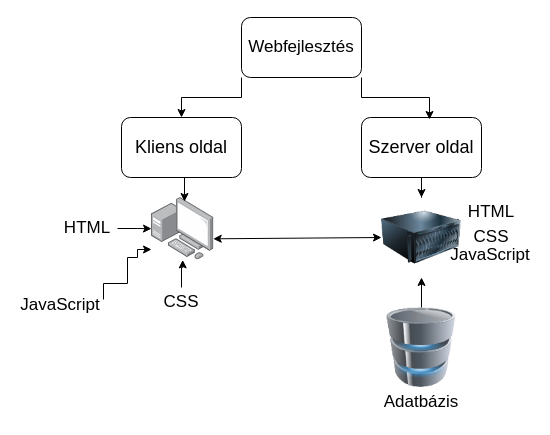
This is web-szakkor-1.drawio from simsononroad/web-szakkor, a draw.io file, before an edit. Source tidied: cells renumbered, new cells numbered last; positions are measured from the earlier drawing's top-left corner, leaving out a move shared by most shapes. Both pictures are drawn from the tidied source at 100%, with x=0, y=0 at pixel (17, 17).
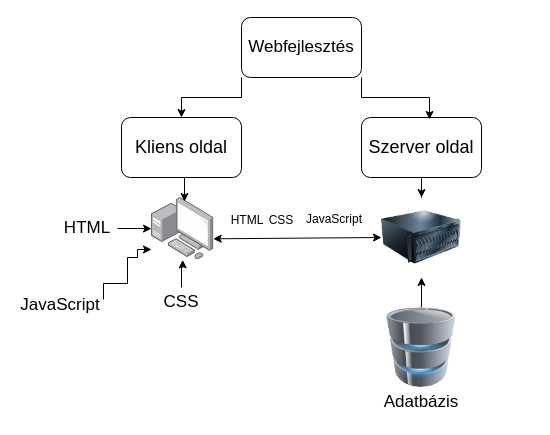
The same page after the edit.

Diff of the diagram source:
```diff
@@
-    <mxCell id="21" value="&lt;font style=&quot;font-size: 17px;&quot;&gt;HTML&lt;/font&gt;" style="text;html=1;align=center;verticalAlign=middle;whiteSpace=wrap;rounded=0;" parent="1" vertex="1">
-      <mxGeometry x="444" y="180" width="60" height="30" as="geometry" />
+    <mxCell id="21" value="&lt;font&gt;HTML&lt;/font&gt;" style="text;html=1;align=center;verticalAlign=middle;whiteSpace=wrap;rounded=0;" parent="1" vertex="1">
+      <mxGeometry x="210" y="190" width="40" height="25" as="geometry" />
     </mxCell>
-    <mxCell id="22" value="&lt;font style=&quot;font-size: 17px;&quot;&gt;CSS&lt;/font&gt;" style="text;html=1;align=center;verticalAlign=middle;whiteSpace=wrap;rounded=0;" parent="1" vertex="1">
-      <mxGeometry x="444" y="205" width="60" height="30" as="geometry" />
+    <mxCell id="22" value="&lt;font&gt;CSS&lt;/font&gt;" style="text;html=1;align=center;verticalAlign=middle;whiteSpace=wrap;rounded=0;" parent="1" vertex="1">
+      <mxGeometry x="244" y="190" width="40" height="25" as="geometry" />
     </mxCell>
-    <mxCell id="23" value="&lt;font style=&quot;font-size: 17px;&quot;&gt;JavaScript&lt;/font&gt;" style="text;html=1;align=center;verticalAlign=middle;whiteSpace=wrap;rounded=0;" parent="1" vertex="1">
-      <mxGeometry x="430" y="226" width="86" height="24" as="geometry" />
+    <mxCell id="23" value="&lt;font&gt;JavaScript&lt;/font&gt;" style="text;html=1;align=center;verticalAlign=middle;whiteSpace=wrap;rounded=0;" parent="1" vertex="1">
+      <mxGeometry x="284" y="190" width="66" height="24" as="geometry" />
     </mxCell>
```
